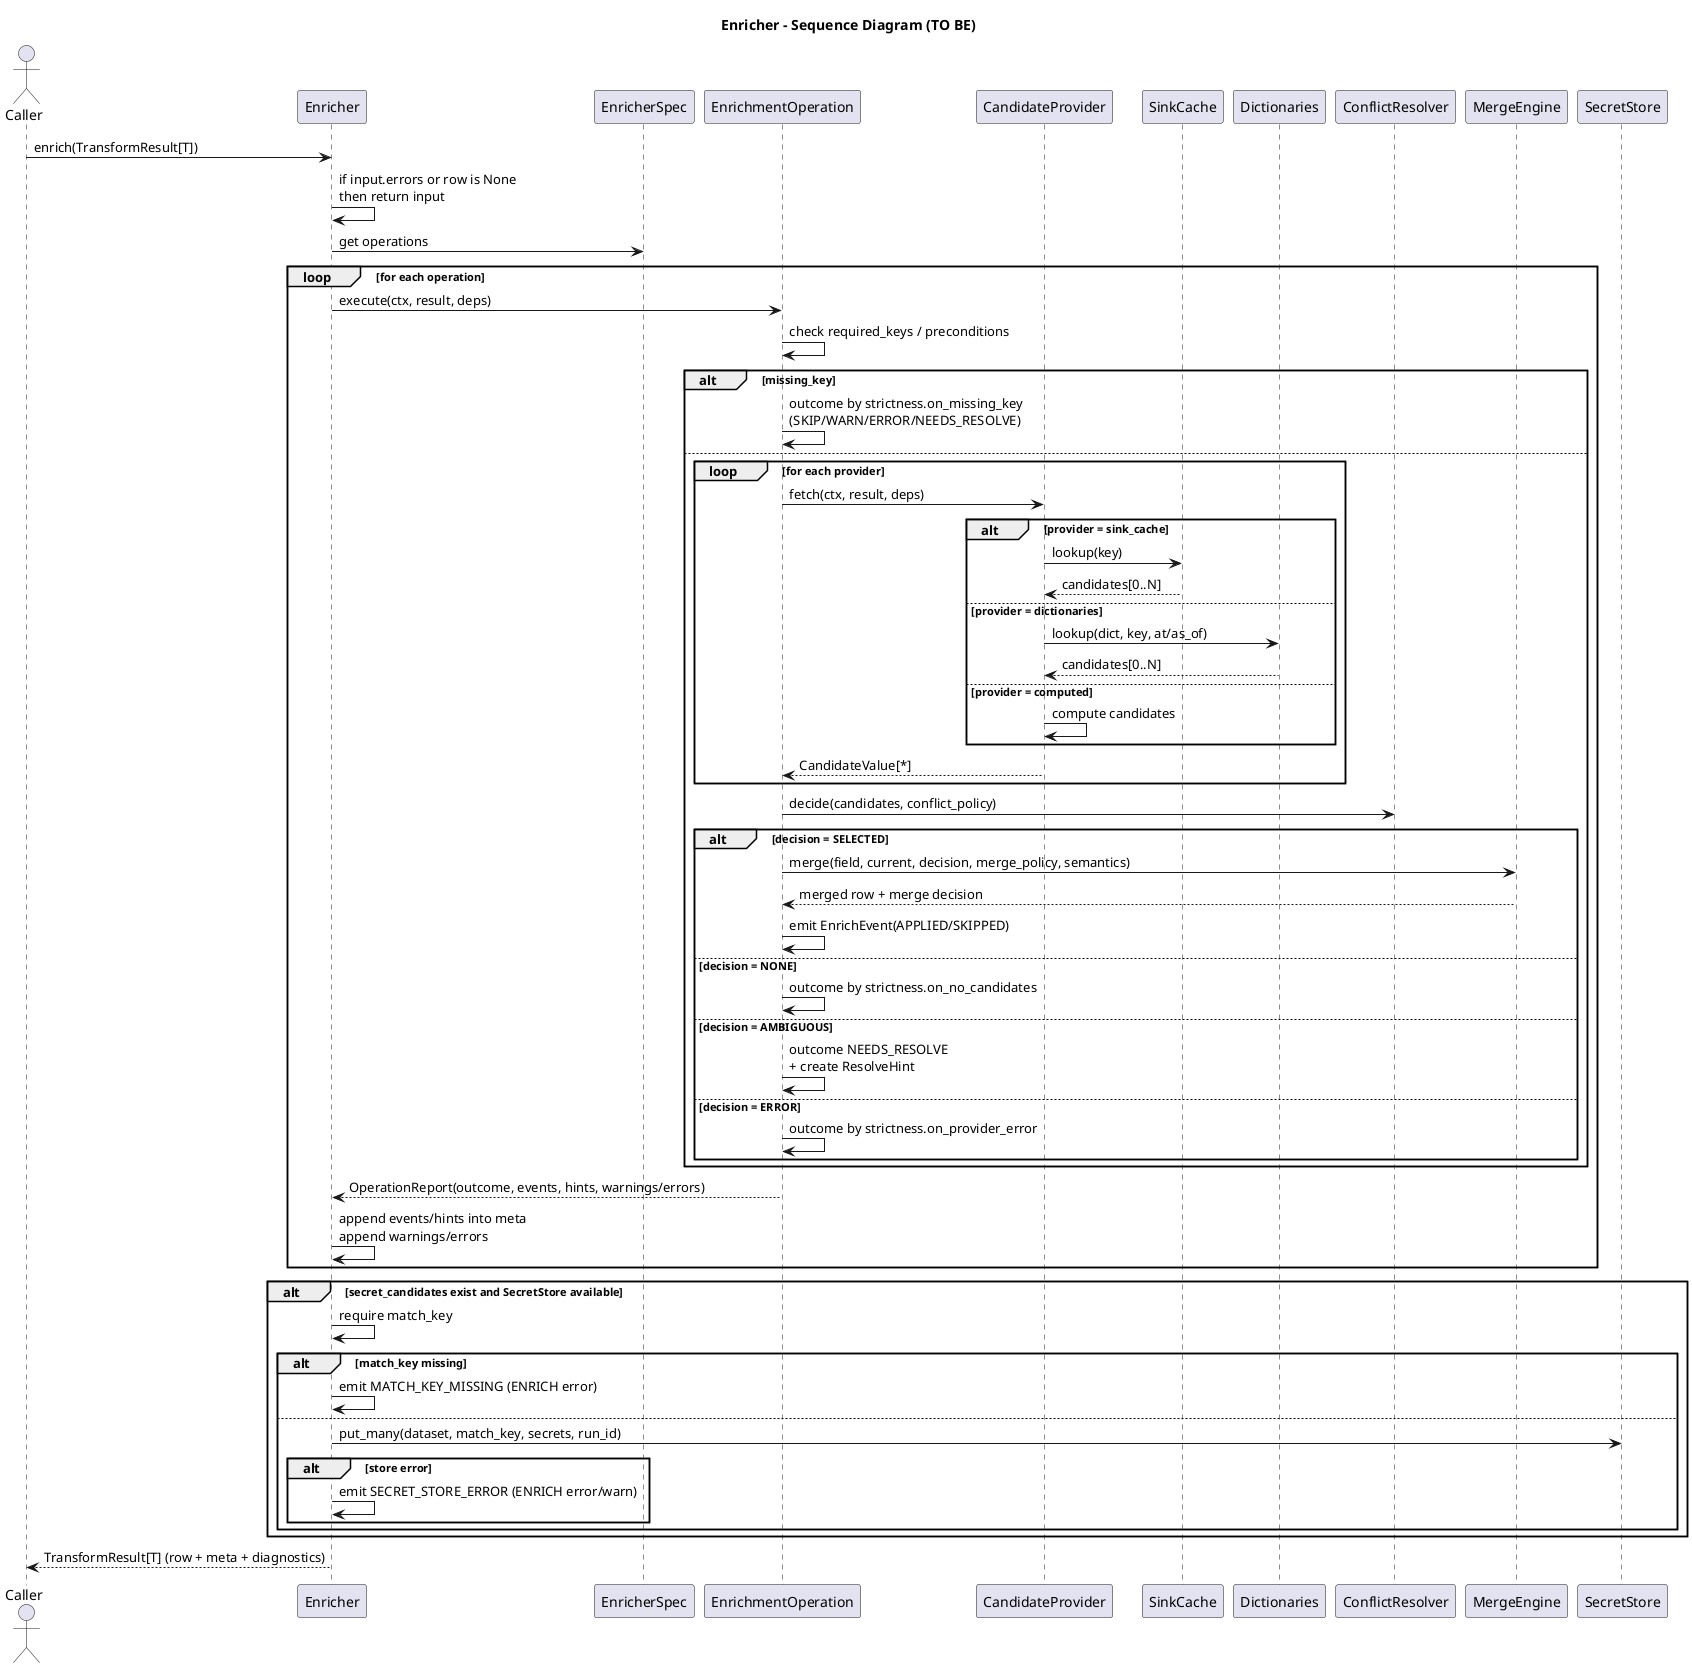
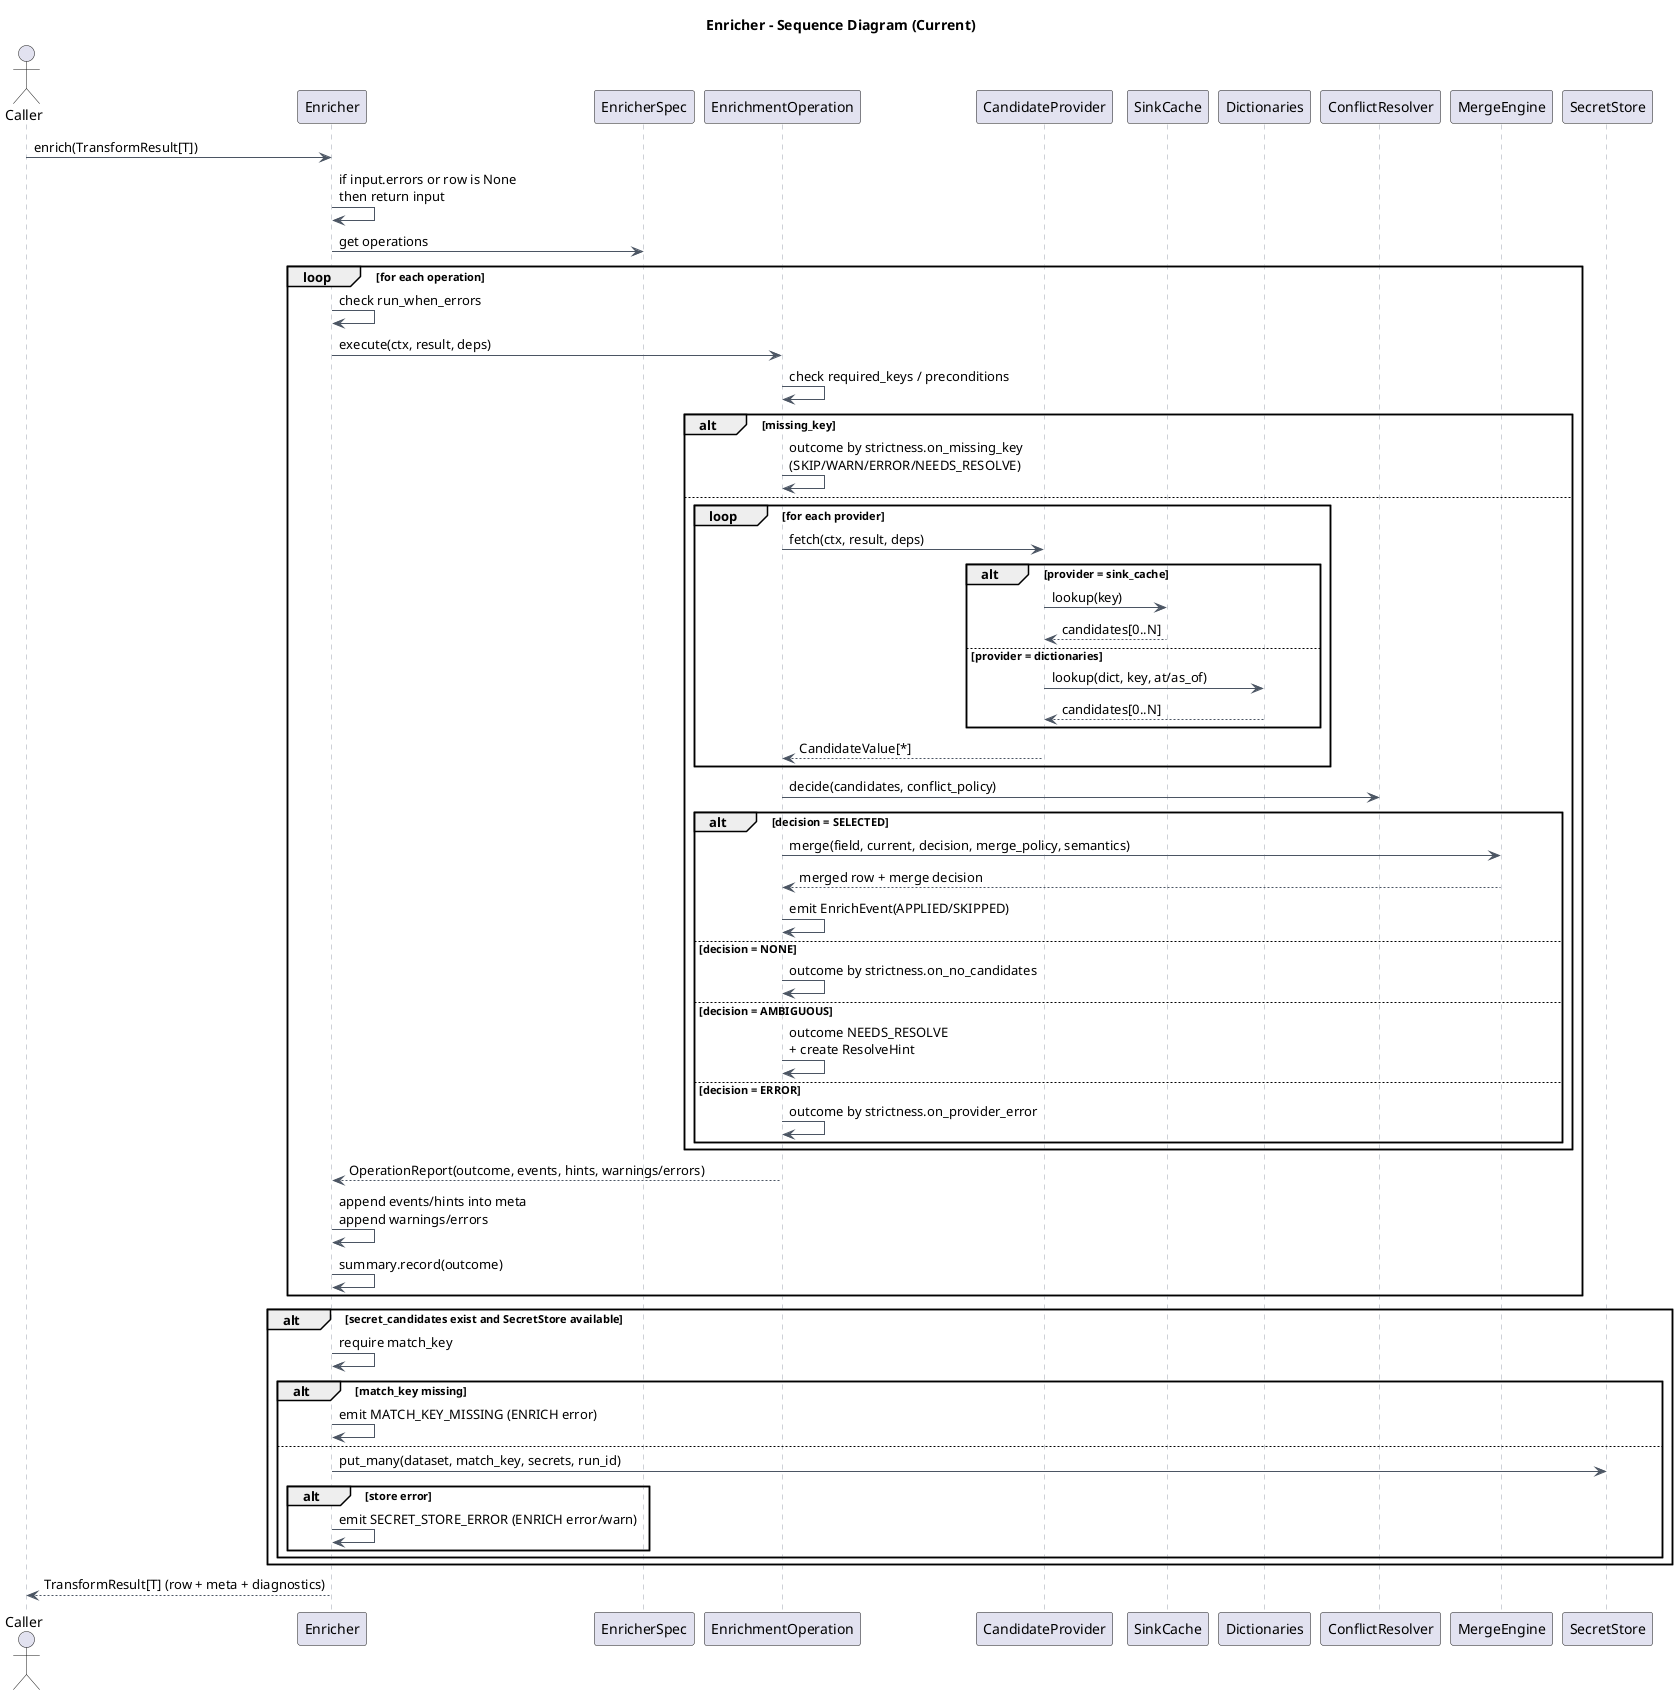
@startuml
- title Enricher - Sequence Diagram (TO BE)
+ title Enricher - Sequence Diagram (Current)
+ skinparam backgroundColor white
+ skinparam linetype ortho
+ skinparam defaultFontName Arial
+ skinparam sequence {
+   ArrowColor #4b5563
+   LifeLineBorderColor #9ca3af
+ }

actor Caller
participant Enricher
participant EnricherSpec
participant "EnrichmentOperation" as Op
participant "CandidateProvider" as Provider
participant SinkCache
participant Dictionaries
participant ConflictResolver
participant MergeEngine
participant SecretStore

Caller -> Enricher: enrich(TransformResult[T])
Enricher -> Enricher: if input.errors or row is None\nthen return input

Enricher -> EnricherSpec: get operations
loop for each operation
+   Enricher -> Enricher: check run_when_errors
  Enricher -> Op: execute(ctx, result, deps)
  Op -> Op: check required_keys / preconditions

  alt missing_key
    Op -> Op: outcome by strictness.on_missing_key\n(SKIP/WARN/ERROR/NEEDS_RESOLVE)
  else
    loop for each provider
      Op -> Provider: fetch(ctx, result, deps)
      alt provider = sink_cache
        Provider -> SinkCache: lookup(key)
        SinkCache --> Provider: candidates[0..N]
      else provider = dictionaries
        Provider -> Dictionaries: lookup(dict, key, at/as_of)
        Dictionaries --> Provider: candidates[0..N]
-       else provider = computed
-         Provider -> Provider: compute candidates
      end
      Provider --> Op: CandidateValue[*]
    end

    Op -> ConflictResolver: decide(candidates, conflict_policy)

    alt decision = SELECTED
      Op -> MergeEngine: merge(field, current, decision, merge_policy, semantics)
      MergeEngine --> Op: merged row + merge decision
      Op -> Op: emit EnrichEvent(APPLIED/SKIPPED)
    else decision = NONE
      Op -> Op: outcome by strictness.on_no_candidates
    else decision = AMBIGUOUS
      Op -> Op: outcome NEEDS_RESOLVE\n+ create ResolveHint
    else decision = ERROR
      Op -> Op: outcome by strictness.on_provider_error
    end
  end

  Op --> Enricher: OperationReport(outcome, events, hints, warnings/errors)
  Enricher -> Enricher: append events/hints into meta\nappend warnings/errors
+   Enricher -> Enricher: summary.record(outcome)
end

alt secret_candidates exist and SecretStore available
  Enricher -> Enricher: require match_key
  alt match_key missing
    Enricher -> Enricher: emit MATCH_KEY_MISSING (ENRICH error)
  else
    Enricher -> SecretStore: put_many(dataset, match_key, secrets, run_id)
    alt store error
      Enricher -> Enricher: emit SECRET_STORE_ERROR (ENRICH error/warn)
    end
  end
end

Enricher --> Caller: TransformResult[T] (row + meta + diagnostics)
@enduml
